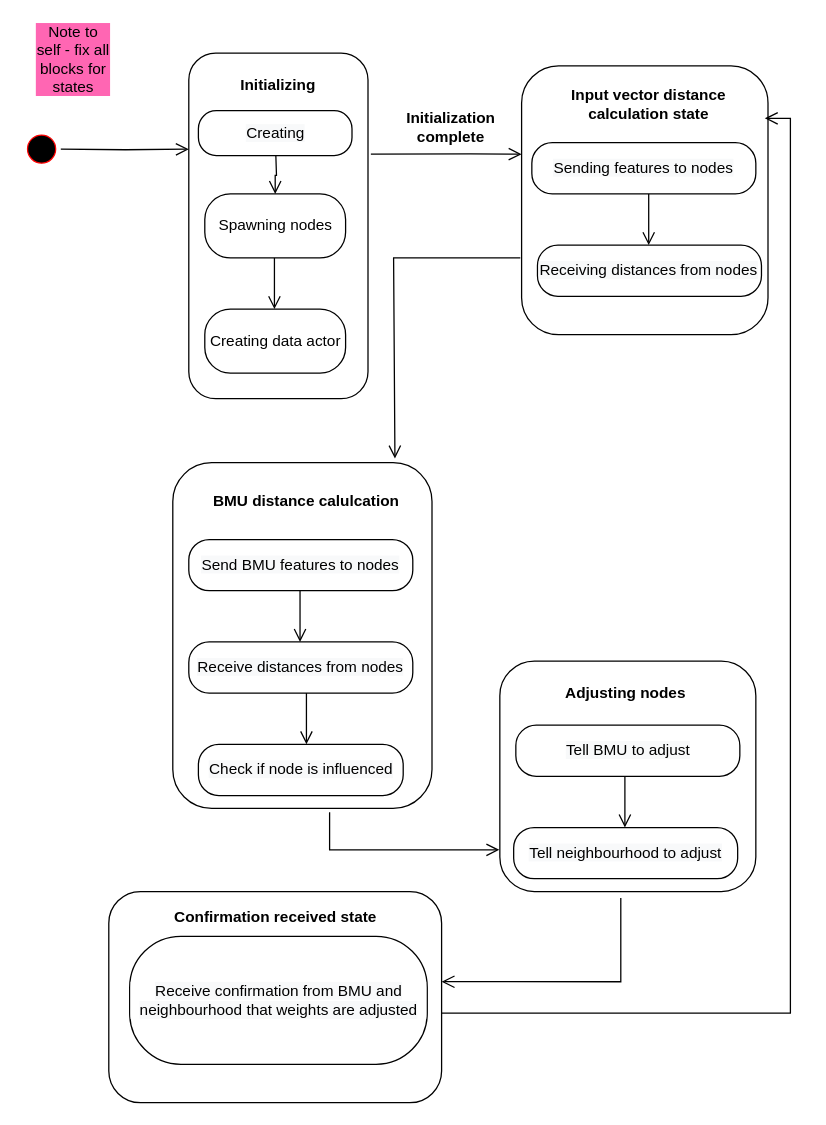
Before: nodeMaestro.drawio in vanelopethecoder/som-basic, a draw.io diagram. Source tidied: cells renumbered, new cells numbered last; positions are measured from the earlier drawing's top-left corner, leaving out a move shared by most shapes. Both pictures are drawn from the tidied source at 128%, with x=0, y=0 at pixel (22, 40).
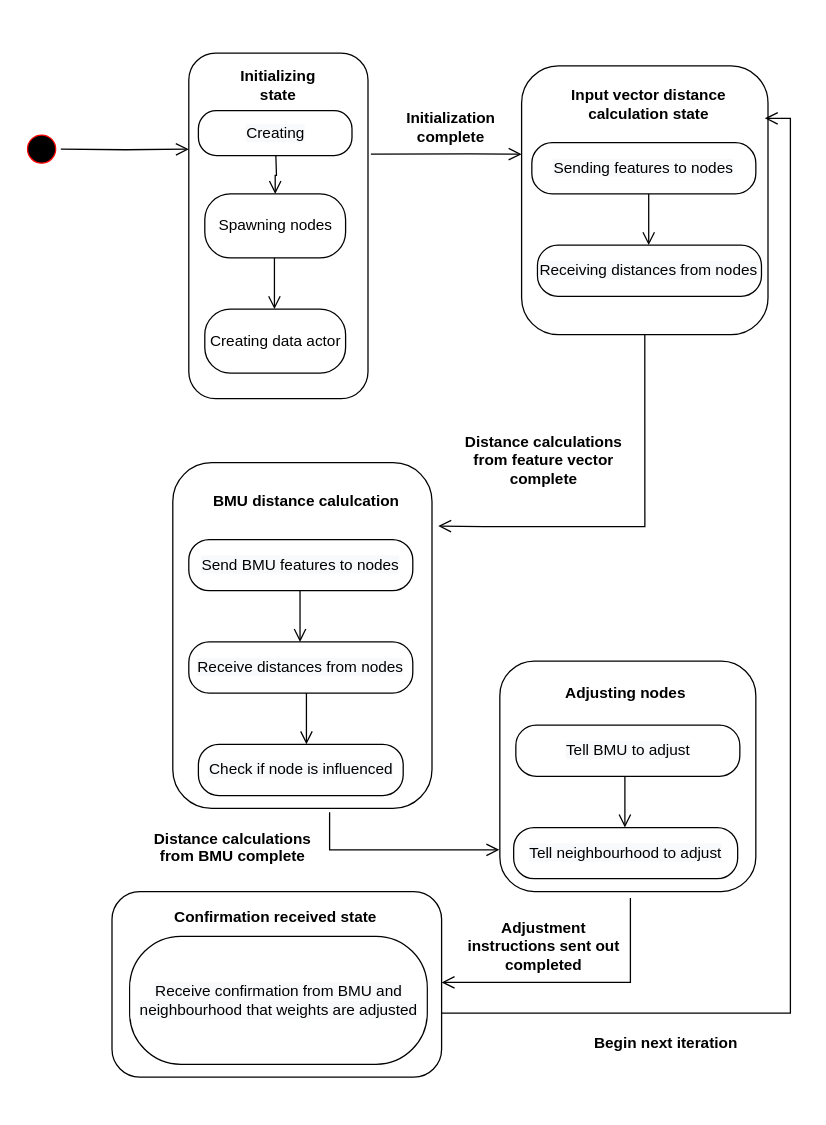
Above is the later version.

The change refers to these unchanged cells:
```xml
<mxCell id="4" style="rounded=1;whiteSpace=wrap;html=1;labelBackgroundColor=#FF66B3;" parent="1" vertex="1">
  <mxGeometry x="117.5" y="330" width="202.5" height="270" as="geometry" />
</mxCell>
<mxCell id="5" style="rounded=1;whiteSpace=wrap;html=1;labelBackgroundColor=#FF66B3;" parent="1" vertex="1">
  <mxGeometry x="390" y="20" width="192.5" height="210" as="geometry" />
</mxCell>
```

What changed in the source:
```diff
@@
     <mxCell id="2" style="rounded=1;whiteSpace=wrap;html=1;labelBackgroundColor=#FF66B3;" parent="1" vertex="1">
-      <mxGeometry x="67.5" y="665" width="260" height="165" as="geometry" />
+      <mxGeometry x="70" y="665" width="257.5" height="145" as="geometry" />
     </mxCell>
@@
-    <mxCell id="26" style="edgeStyle=orthogonalEdgeStyle;html=1;verticalAlign=bottom;endArrow=open;endSize=8;strokeColor=#000000;rounded=0;entryX=0.857;entryY=-0.012;entryDx=0;entryDy=0;entryPerimeter=0;" parent="1" edge="1" target="4">
+    <mxCell id="26" style="edgeStyle=orthogonalEdgeStyle;html=1;verticalAlign=bottom;endArrow=open;endSize=8;strokeColor=#000000;rounded=0;exitX=0.5;exitY=1;exitDx=0;exitDy=0;entryX=1.024;entryY=0.183;entryDx=0;entryDy=0;entryPerimeter=0;" parent="1" edge="1" source="5" target="4">
       <mxGeometry relative="1" as="geometry">
-        <mxPoint x="389" y="170" as="sourcePoint" />
         <Array as="points">
-          <mxPoint x="389" y="170" />
-          <mxPoint x="290" y="170" />
-          <mxPoint x="290" y="327" />
+          <mxPoint x="486" y="380" />
+          <mxPoint x="360" y="380" />
         </Array>
       </mxGeometry>
     </mxCell>
@@
-    <mxCell id="29" style="edgeStyle=orthogonalEdgeStyle;html=1;verticalAlign=bottom;endArrow=open;endSize=8;strokeColor=#000000;rounded=0;entryX=1;entryY=0.427;entryDx=0;entryDy=0;entryPerimeter=0;exitX=0.25;exitY=1;exitDx=0;exitDy=0;exitPerimeter=0;" parent="1" edge="1" target="2">
+    <mxCell id="29" style="edgeStyle=orthogonalEdgeStyle;html=1;verticalAlign=bottom;endArrow=open;endSize=8;strokeColor=#000000;rounded=0;exitX=0.25;exitY=1;exitDx=0;exitDy=0;exitPerimeter=0;" parent="1" edge="1">
       <mxGeometry relative="1" as="geometry">
-        <mxPoint x="467.5" y="670" as="sourcePoint" />
+        <mxPoint x="475" y="670" as="sourcePoint" />
+        <mxPoint x="327.5" y="736" as="targetPoint" />
         <Array as="points">
-          <mxPoint x="467" y="736" />
+          <mxPoint x="474.5" y="736" />
         </Array>
       </mxGeometry>
     </mxCell>
@@
-    <mxCell id="35" value="Note to self - fix all blocks for states" style="text;html=1;strokeColor=none;fillColor=none;align=center;verticalAlign=middle;whiteSpace=wrap;rounded=0;labelBackgroundColor=#FF66B3;" parent="1" vertex="1">
-      <mxGeometry x="10" width="60" height="30" as="geometry" />
-    </mxCell>
@@
-    <mxCell id="37" value="&lt;b&gt;Initializing&lt;/b&gt;" style="text;html=1;strokeColor=none;fillColor=none;align=center;verticalAlign=middle;whiteSpace=wrap;rounded=0;labelBackgroundColor=#FFFFFF;" parent="1" vertex="1">
+    <mxCell id="37" value="&lt;b&gt;Initializing state&lt;/b&gt;" style="text;html=1;strokeColor=none;fillColor=none;align=center;verticalAlign=middle;whiteSpace=wrap;rounded=0;labelBackgroundColor=#FFFFFF;" parent="1" vertex="1">
       <mxGeometry x="170" y="20" width="60" height="30" as="geometry" />
     </mxCell>
+    <mxCell id="38" value="&lt;div style=&quot;text-align: center&quot;&gt;&lt;span&gt;&lt;font face=&quot;helvetica&quot;&gt;&lt;b&gt;Distance calculations from feature vector complete&lt;/b&gt;&lt;/font&gt;&lt;/span&gt;&lt;/div&gt;" style="text;whiteSpace=wrap;html=1;" parent="1" vertex="1">
+      <mxGeometry x="340" y="300" width="132.6" height="30" as="geometry" />
+    </mxCell>
+    <mxCell id="39" value="&lt;div style=&quot;text-align: center&quot;&gt;&lt;span&gt;&lt;font face=&quot;helvetica&quot;&gt;&lt;b&gt;Distance calculations from BMU complete&lt;/b&gt;&lt;/font&gt;&lt;/span&gt;&lt;/div&gt;" style="text;whiteSpace=wrap;html=1;" parent="1" vertex="1">
+      <mxGeometry x="97.4" y="610" width="132.6" height="30" as="geometry" />
+    </mxCell>
+    <mxCell id="40" value="&lt;div style=&quot;text-align: center&quot;&gt;&lt;span&gt;&lt;font face=&quot;helvetica&quot;&gt;&lt;b&gt;Adjustment instructions sent out completed&lt;/b&gt;&lt;/font&gt;&lt;/span&gt;&lt;/div&gt;" style="text;whiteSpace=wrap;html=1;" parent="1" vertex="1">
+      <mxGeometry x="340" y="680" width="132.6" height="30" as="geometry" />
+    </mxCell>
+    <mxCell id="41" style="edgeStyle=orthogonalEdgeStyle;rounded=0;orthogonalLoop=1;jettySize=auto;html=1;exitX=0.5;exitY=1;exitDx=0;exitDy=0;" parent="1" edge="1" source="40" target="40">
+      <mxGeometry relative="1" as="geometry" />
+    </mxCell>
+    <mxCell id="42" value="&lt;div style=&quot;text-align: center&quot;&gt;&lt;font face=&quot;helvetica&quot;&gt;&lt;b&gt;Begin next iteration&lt;/b&gt;&lt;/font&gt;&lt;/div&gt;" style="text;whiteSpace=wrap;html=1;" parent="1" vertex="1">
+      <mxGeometry x="444.7" y="770" width="132.6" height="30" as="geometry" />
+    </mxCell>
```
